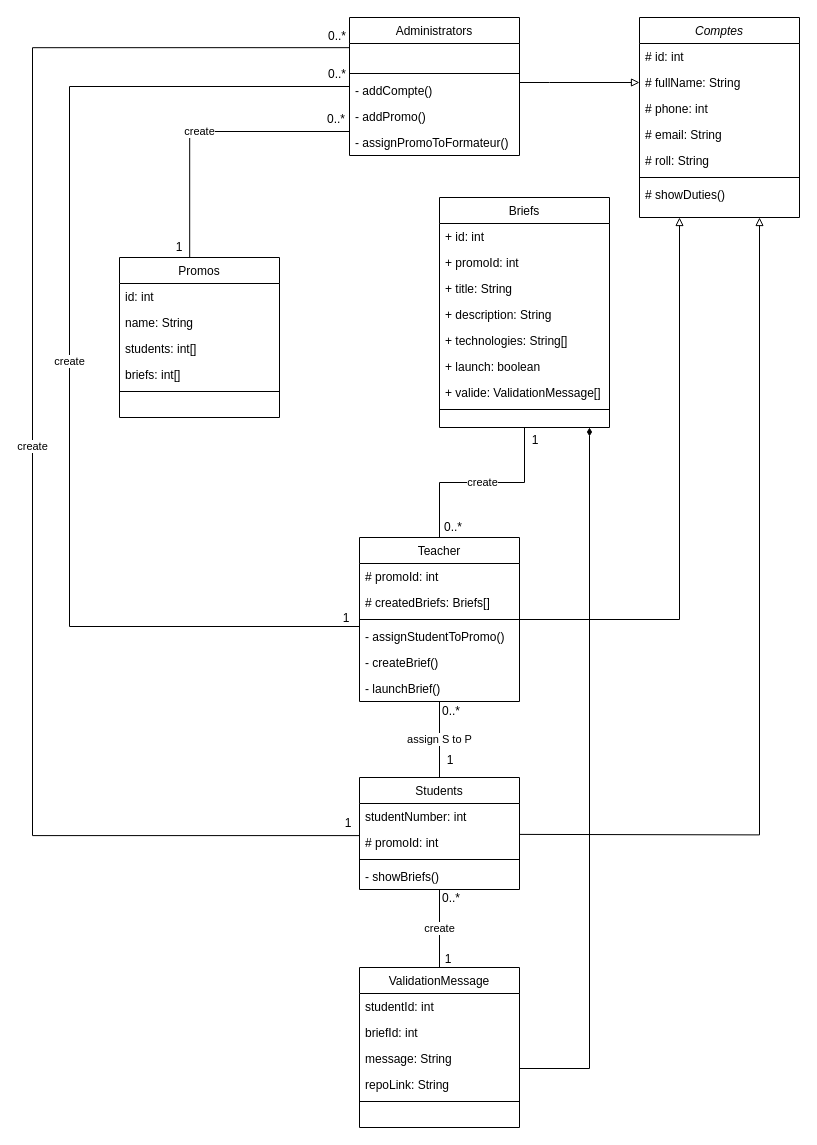
This is UML/Diagram-class.drawio from daalimouhcine/Java_Simplon_Clone, a draw.io file, before an edit. Source tidied: cells renumbered, new cells numbered last; positions are measured from the earlier drawing's top-left corner, leaving out a move shared by most shapes. Both pictures are drawn from the tidied source at 100%, with x=0, y=0 at pixel (32, 17).
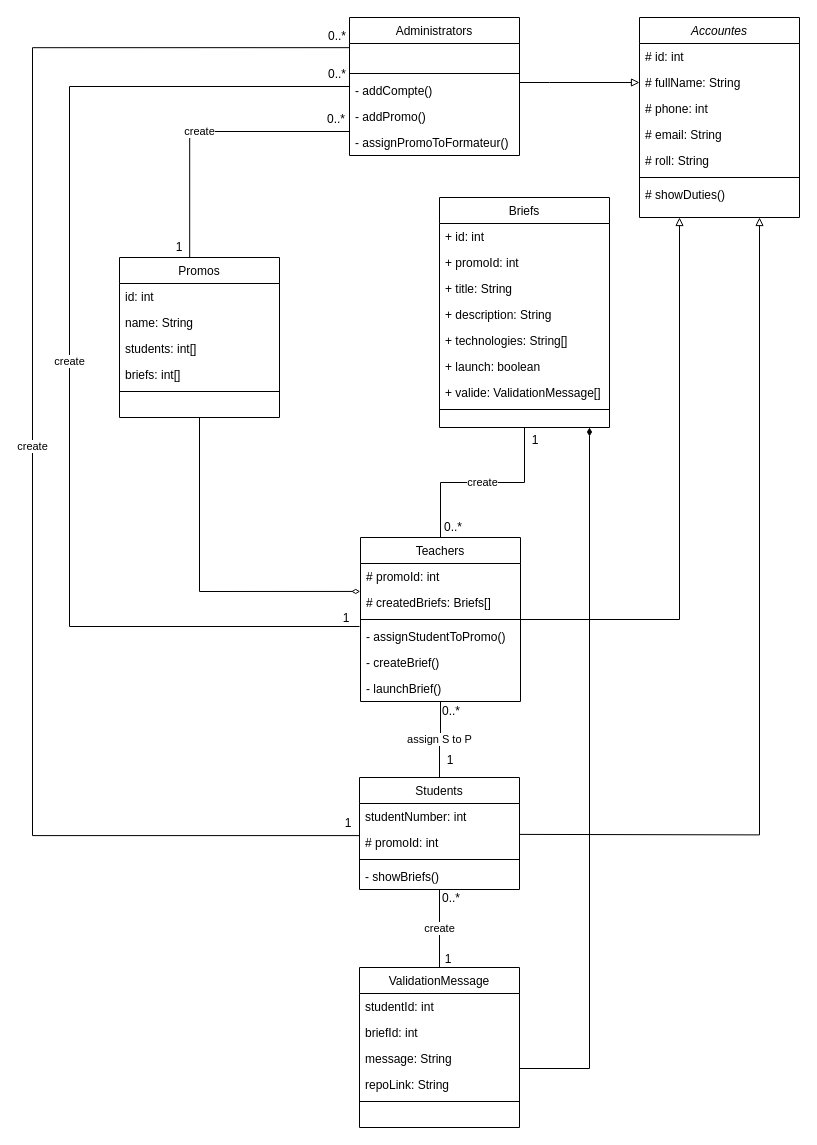
After the change.

The change refers to these unchanged cells:
```xml
<mxCell id="30" value="Promos" style="swimlane;fontStyle=0;align=center;verticalAlign=top;horizontal=1;startSize=26;rounded=0;shadow=0;strokeWidth=1;" parent="1" vertex="1">
  <mxGeometry x="87" y="240" width="160" height="160" as="geometry" />
</mxCell>
<mxCell id="41" value="# createdBriefs: Briefs[]" style="text;align=left;verticalAlign=top;spacingLeft=4;spacingRight=4;overflow=hidden;points=[[0,0.5],[1,0.5]];portConstraint=eastwest;" parent="39" vertex="1">
  <mxGeometry y="52" width="160" height="26" as="geometry" />
</mxCell>
```

Change to the diagram source:
```diff
@@
-    <mxCell id="2" value="Comptes" style="swimlane;fontStyle=2;align=center;verticalAlign=top;horizontal=1;startSize=26;rounded=0;shadow=0;strokeWidth=1;" parent="1" vertex="1">
+    <mxCell id="2" value="Accountes" style="swimlane;fontStyle=2;align=center;verticalAlign=top;horizontal=1;startSize=26;rounded=0;shadow=0;strokeWidth=1;" parent="1" vertex="1">
       <mxGeometry x="607" width="160" height="200" as="geometry" />
     </mxCell>
@@
+    <mxCell id="71" style="edgeStyle=orthogonalEdgeStyle;rounded=0;jettySize=auto;html=1;entryX=-0.002;entryY=0.075;entryDx=0;entryDy=0;entryPerimeter=0;startArrow=none;startFill=0;endArrow=diamondThin;endFill=0;" parent="1" edge="1" source="30" target="41">
+      <mxGeometry relative="1" as="geometry" />
+    </mxCell>
@@
-    <mxCell id="39" value="Teacher" style="swimlane;fontStyle=0;align=center;verticalAlign=top;horizontal=1;startSize=26;rounded=0;shadow=0;strokeWidth=1;" parent="1" vertex="1">
-      <mxGeometry x="327" y="520" width="160" height="164" as="geometry" />
+    <mxCell id="39" value="Teachers" style="swimlane;fontStyle=0;align=center;verticalAlign=top;horizontal=1;startSize=26;rounded=0;shadow=0;strokeWidth=1;" parent="1" vertex="1">
+      <mxGeometry x="328" y="520" width="160" height="164" as="geometry" />
     </mxCell>
```
